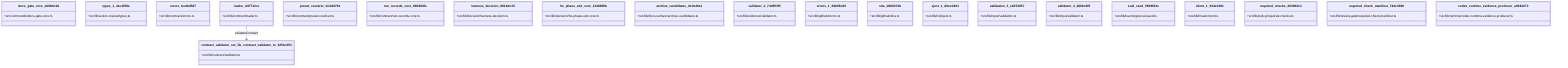
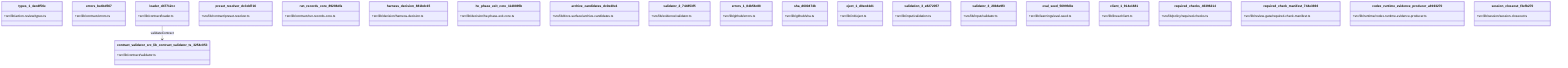
classDiagram
-   class docs_gate_core_eb9b6c18 {
-     +src/commands/docs-gate-core.ts
-   }
  class types_1_4ecdf56e {
    +src/lib/action-review/types.ts
  }
  class errors_be4bd567 {
    +src/lib/contract/errors.ts
  }
  class loader_d47712cc {
    +src/lib/contract/loader.ts
  }
  class preset_resolver_dc3dd716 {
    +src/lib/contract/preset-resolver.ts
  }
  class run_records_core_89286dfa {
    +src/lib/contract/run-records-core.ts
  }
  class harness_decision_881bdc15 {
    +src/lib/decision/harness-decision.ts
  }
  class he_phase_exit_core_1148895b {
    +src/lib/decision/he-phase-exit-core.ts
  }
  class archive_candidates_dc0e40e1 {
    +src/lib/docs-surface/archive-candidates.ts
  }
  class validator_2_744853f5 {
    +src/lib/evidence/validator.ts
  }
  class errors_1_84b56c88 {
    +src/lib/github/errors.ts
  }
  class sha_d600474b {
    +src/lib/github/sha.ts
  }
  class eject_1_d0ecd4d1 {
    +src/lib/init/eject.ts
  }
  class validation_3_e8272057 {
    +src/lib/input/validation.ts
  }
  class validator_3_28b6e9f3 {
    +src/lib/input/validator.ts
  }
  class eval_seed_5699fd3e {
    +src/lib/learnings/eval-seed.ts
  }
  class client_1_914e1681 {
    +src/lib/linear/client.ts
  }
  class required_checks_46396214 {
    +src/lib/policy/required-checks.ts
  }
  class required_check_manifest_744e3936 {
    +src/lib/review-gate/required-check-manifest.ts
  }
  class codex_runtime_evidence_producer_a9193270 {
    +src/lib/runtime/codex-runtime-evidence-producer.ts
  }
+   class session_closeout_f3efb270 {
+     +src/lib/session/session-closeout.ts
+   }
  class contract_validator_src_lib_contract_validator_ts_3254c053 {
    +src/lib/contract/validator.ts
  }
  loader_d47712cc --> contract_validator_src_lib_contract_validator_ts_3254c053 : validateContract
